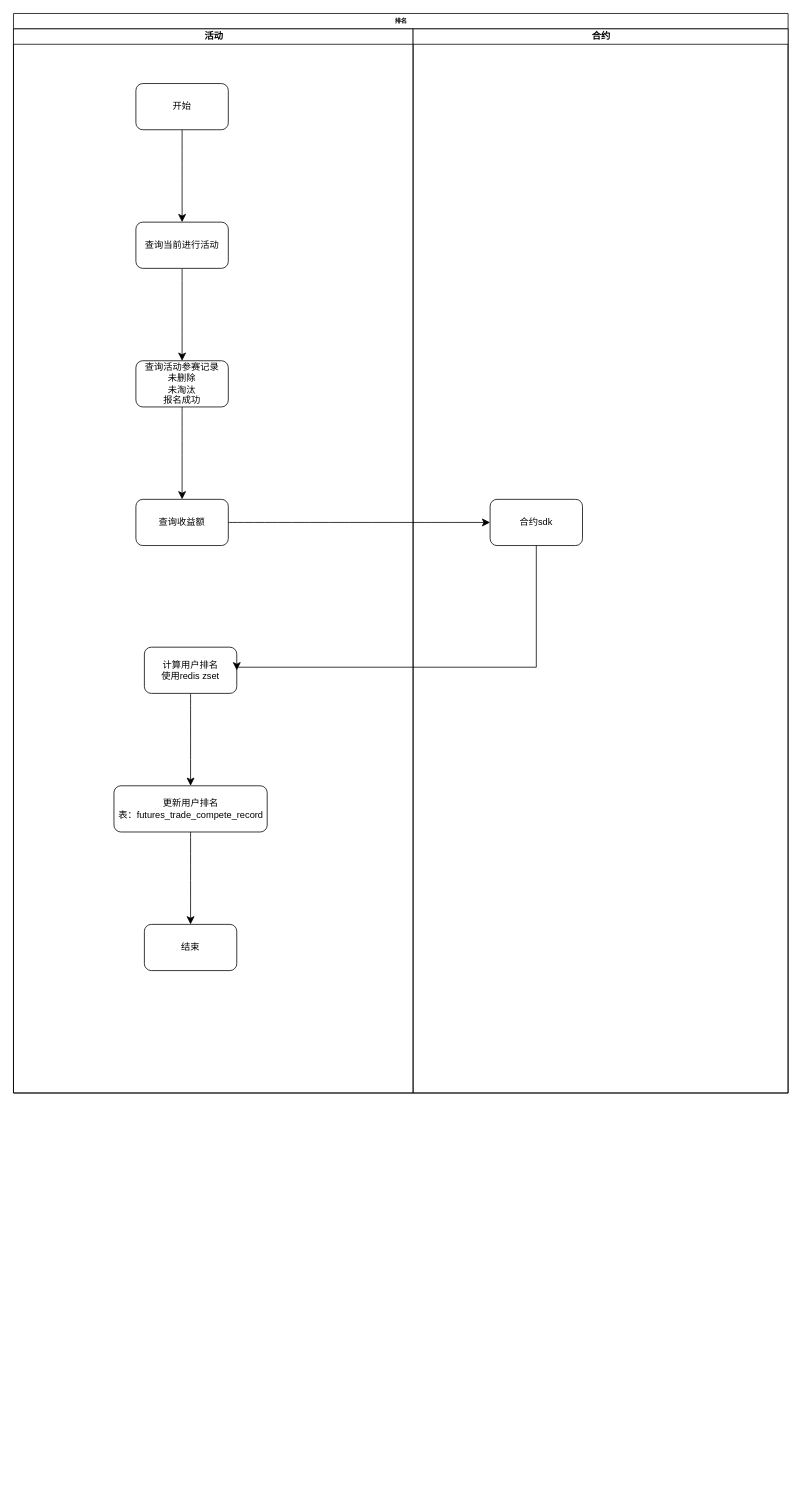
This is 合约交易赛-排名.drawio from xu-xiwei/drawio, a draw.io file, before an edit. Source tidied: cells renumbered, new cells numbered last; positions are measured from the earlier drawing's top-left corner, leaving out a move shared by most shapes. Both pictures are drawn from the tidied source at 77%, with x=0, y=0 at pixel (13, 13).
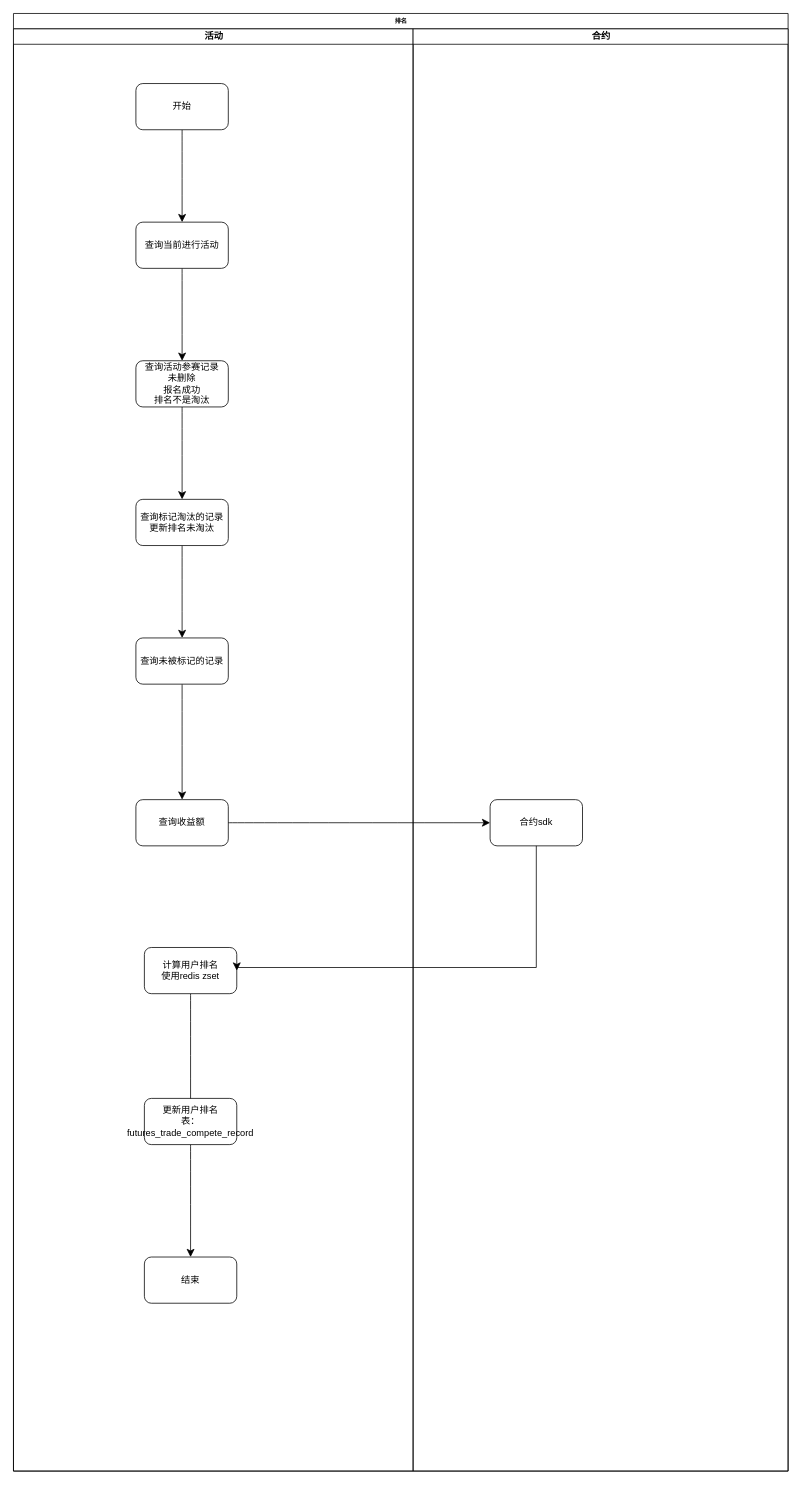
The same diagram, later.

Commit message:
更新合约交易赛-排名.drawio

The edit, as a diff of the source:
```diff
@@
     <mxCell id="2" value="排名" style="swimlane;html=1;startSize=20;rounded=0;shadow=0;labelBackgroundColor=none;strokeWidth=1;fontFamily=Verdana;fontSize=8;align=center;" parent="1" vertex="1">
-      <mxGeometry width="1006" height="1402" as="geometry" />
+      <mxGeometry width="1006" height="1893" as="geometry" />
     </mxCell>
     <mxCell id="3" value="活动" style="swimlane;html=1;startSize=20;" parent="2" vertex="1">
-      <mxGeometry y="20" width="519" height="1382" as="geometry" />
+      <mxGeometry y="20" width="519" height="1873" as="geometry" />
     </mxCell>
@@
-    <mxCell id="8" style="edgeStyle=none;curved=1;rounded=0;jettySize=auto;html=1;fontSize=12;startSize=8;endSize=8;" parent="3" edge="1" source="9" target="10">
-      <mxGeometry relative="1" as="geometry" />
-    </mxCell>
+    <mxCell id="20" style="edgeStyle=none;curved=1;rounded=0;jettySize=auto;html=1;fontSize=12;startSize=8;endSize=8;" parent="3" edge="1" source="9" target="24">
+      <mxGeometry relative="1" as="geometry" />
+    </mxCell>
-    <mxCell id="9" value="查询活动参赛记录&lt;div&gt;未删除&lt;/div&gt;&lt;div&gt;未淘汰&lt;/div&gt;&lt;div&gt;报名成功&lt;/div&gt;" style="whiteSpace=wrap;html=1;rounded=1;" parent="3" vertex="1">
+    <mxCell id="9" value="查询活动参赛记录&lt;div&gt;未删除&lt;/div&gt;&lt;div&gt;报名成功&lt;/div&gt;&lt;div&gt;排名不是淘汰&lt;/div&gt;" style="whiteSpace=wrap;html=1;rounded=1;" parent="3" vertex="1">
       <mxGeometry x="159" y="431" width="120" height="60" as="geometry" />
     </mxCell>
     <mxCell id="10" value="查询收益额" style="whiteSpace=wrap;html=1;rounded=1;" parent="3" vertex="1">
-      <mxGeometry x="159" y="611" width="120" height="60" as="geometry" />
+      <mxGeometry x="159" y="1001" width="120" height="60" as="geometry" />
     </mxCell>
-    <mxCell id="11" style="edgeStyle=none;curved=1;rounded=0;jettySize=auto;html=1;fontSize=12;startSize=8;endSize=8;" parent="3" edge="1" source="12" target="14">
-      <mxGeometry relative="1" as="geometry" />
+    <mxCell id="11" style="edgeStyle=none;curved=1;rounded=0;jettySize=auto;html=1;fontSize=12;startSize=8;endSize=8;" parent="3" edge="1" source="12">
+      <mxGeometry relative="1" as="geometry">
+        <mxPoint x="230" y="1404" as="targetPoint" />
+      </mxGeometry>
     </mxCell>
     <mxCell id="12" value="计算用户排名&lt;div&gt;使用redis zset&lt;/div&gt;" style="whiteSpace=wrap;html=1;rounded=1;" parent="3" vertex="1">
-      <mxGeometry x="170" y="803" width="120" height="60" as="geometry" />
+      <mxGeometry x="170" y="1193" width="120" height="60" as="geometry" />
     </mxCell>
-    <mxCell id="13" style="edgeStyle=none;curved=1;rounded=0;jettySize=auto;html=1;fontSize=12;startSize=8;endSize=8;" parent="3" edge="1" source="14" target="15">
-      <mxGeometry relative="1" as="geometry" />
-    </mxCell>
-    <mxCell id="14" value="更新用户排名&lt;div&gt;表：futures_trade_compete_record&lt;/div&gt;" style="whiteSpace=wrap;html=1;rounded=1;" parent="3" vertex="1">
-      <mxGeometry x="130.5" y="983" width="199" height="60" as="geometry" />
-    </mxCell>
+    <mxCell id="21" style="edgeStyle=none;curved=1;rounded=0;jettySize=auto;html=1;fontSize=12;startSize=8;endSize=8;" parent="3" edge="1" source="15" target="22">
+      <mxGeometry relative="1" as="geometry" />
+    </mxCell>
-    <mxCell id="15" value="&lt;div&gt;结束&lt;/div&gt;" style="whiteSpace=wrap;html=1;rounded=1;" parent="3" vertex="1">
-      <mxGeometry x="170" y="1163" width="120" height="60" as="geometry" />
+    <mxCell id="15" value="更新用户排名&lt;div&gt;表：futures_trade_compete_record&lt;/div&gt;" style="whiteSpace=wrap;html=1;rounded=1;" parent="3" vertex="1">
+      <mxGeometry x="170" y="1389" width="120" height="60" as="geometry" />
     </mxCell>
+    <mxCell id="22" value="结束" style="whiteSpace=wrap;html=1;rounded=1;" parent="3" vertex="1">
+      <mxGeometry x="170" y="1595" width="120" height="60" as="geometry" />
+    </mxCell>
+    <mxCell id="23" style="edgeStyle=none;curved=1;rounded=0;jettySize=auto;html=1;fontSize=12;startSize=8;endSize=8;" parent="3" edge="1" source="24" target="26">
+      <mxGeometry relative="1" as="geometry" />
+    </mxCell>
+    <mxCell id="24" value="查询标记淘汰的记录&lt;div&gt;更新排名未淘汰&lt;/div&gt;" style="whiteSpace=wrap;html=1;rounded=1;" parent="3" vertex="1">
+      <mxGeometry x="159" y="611" width="120" height="60" as="geometry" />
+    </mxCell>
+    <mxCell id="25" style="edgeStyle=none;curved=1;rounded=0;jettySize=auto;html=1;fontSize=12;startSize=8;endSize=8;" parent="3" edge="1" source="26" target="10">
+      <mxGeometry relative="1" as="geometry" />
+    </mxCell>
+    <mxCell id="26" value="查询未被标记的记录" style="whiteSpace=wrap;html=1;rounded=1;" parent="3" vertex="1">
+      <mxGeometry x="159" y="791" width="120" height="60" as="geometry" />
+    </mxCell>
     <mxCell id="16" value="合约" style="swimlane;html=1;startSize=20;" parent="2" vertex="1">
-      <mxGeometry x="519" y="20" width="487" height="1382" as="geometry" />
+      <mxGeometry x="519" y="20" width="487" height="1873" as="geometry" />
     </mxCell>
     <mxCell id="17" value="合约sdk" style="whiteSpace=wrap;html=1;rounded=1;" parent="16" vertex="1">
-      <mxGeometry x="100" y="611" width="120" height="60" as="geometry" />
+      <mxGeometry x="100" y="1001" width="120" height="60" as="geometry" />
     </mxCell>
@@
     <mxCell id="19" style="edgeStyle=segmentEdgeStyle;endArrow=classic;html=1;curved=0;rounded=0;endSize=8;startSize=8;sourcePerimeterSpacing=0;targetPerimeterSpacing=0;fontSize=12;exitX=0.5;exitY=1;exitDx=0;exitDy=0;entryX=1;entryY=0.5;entryDx=0;entryDy=0;" parent="2" edge="1" source="17" target="12">
       <mxGeometry relative="1" as="geometry">
         <Array as="points">
-          <mxPoint x="679" y="849" />
-          <mxPoint x="290" y="849" />
+          <mxPoint x="679" y="1239" />
+          <mxPoint x="290" y="1239" />
         </Array>
       </mxGeometry>
     </mxCell>
```
